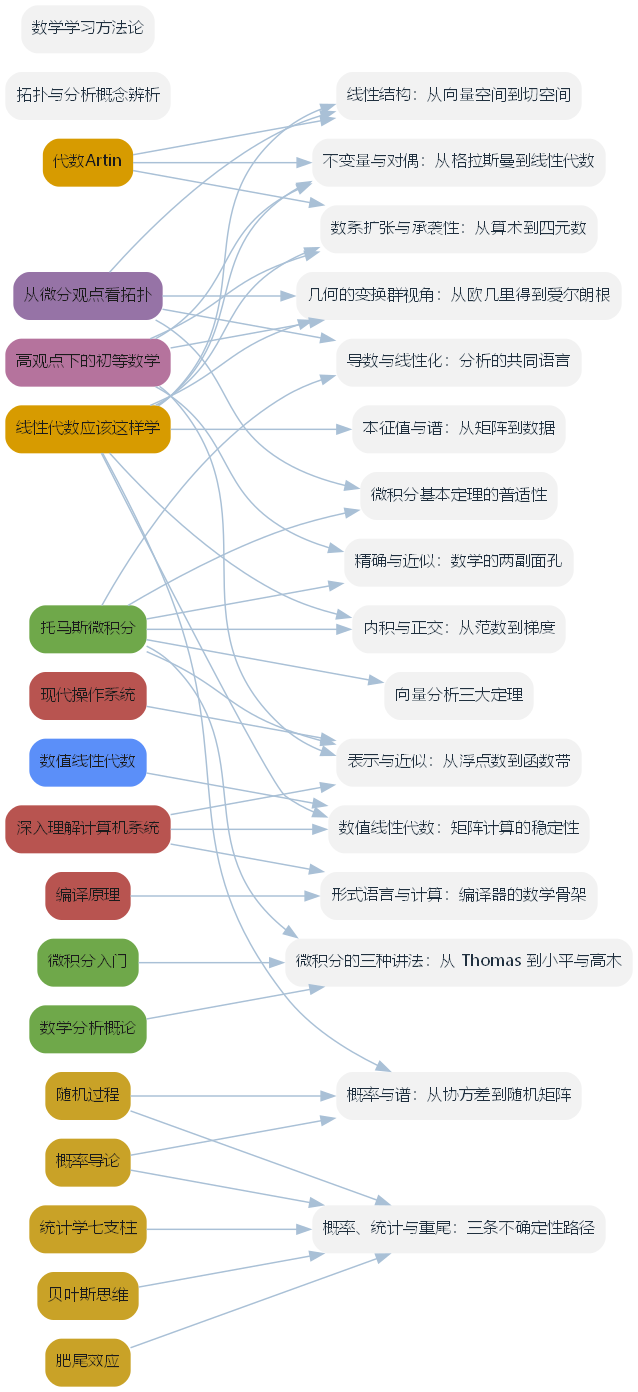
Above: book/figures/fig-bridges.png in lyp0746/lyp-notes (Graphviz), before the change. Its source is kept beside it as book/figures/fig-bridges.dot.
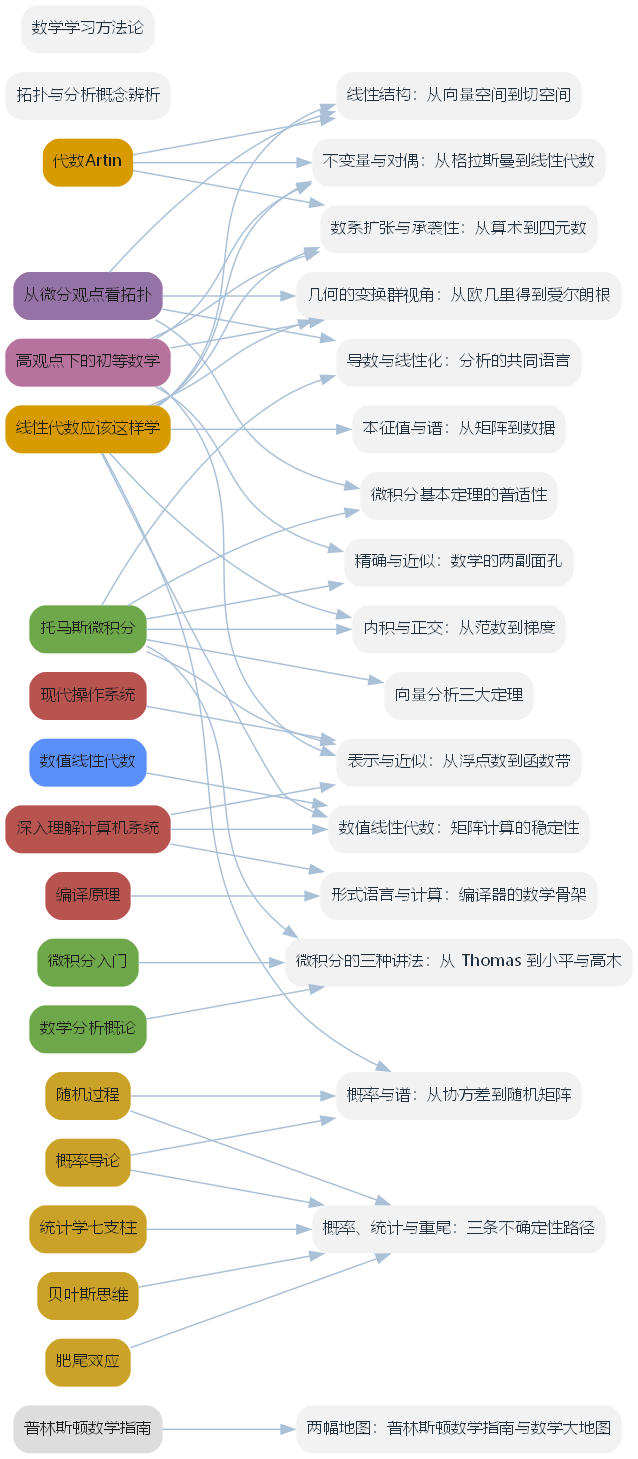
The same file after the commit.

Diff of the diagram source:
```diff
@@ -2,6 +2,7 @@
   graph [bgcolor="white", rankdir=LR, nodesep=0.2, ranksep=1.2];
   node [shape=box, style="rounded,filled", penwidth=0, fontname="Microsoft YaHei", fontsize=12];
   edge [color="#A9C0D6", penwidth=1.1];
+  B_PCM [label="普林斯顿数学指南", fillcolor="#DDD", fontcolor="#1B1B1B"];
   B_AT [label="代数Artin", fillcolor="#D79B00", fontcolor="#1B1B1B"];
   B_LA [label="线性代数应该这样学", fillcolor="#D79B00", fontcolor="#1B1B1B"];
   B_CA [label="托马斯微积分", fillcolor="#6FA84A", fontcolor="#1B1B1B"];
@@ -36,6 +37,7 @@
   T_15 [label="形式语言与计算：编译器的数学骨架", fillcolor="#F2F2F2", fontcolor="#20303F"];
   T_16 [label="数值线性代数：矩阵计算的稳定性", fillcolor="#F2F2F2", fontcolor="#20303F"];
   T_17 [label="微积分的三种讲法：从 Thomas 到小平与高木", fillcolor="#F2F2F2", fontcolor="#20303F"];
+  T_18 [label="两幅地图：普林斯顿数学指南与数学大地图", fillcolor="#F2F2F2", fontcolor="#20303F"];
   B_CA -> T_0;
   B_DT -> T_0;
   B_LA -> T_1;
@@ -78,4 +80,5 @@
   B_CA -> T_17;
   B_CM -> T_17;
   B_MA -> T_17;
+  B_PCM -> T_18;
 }
```
